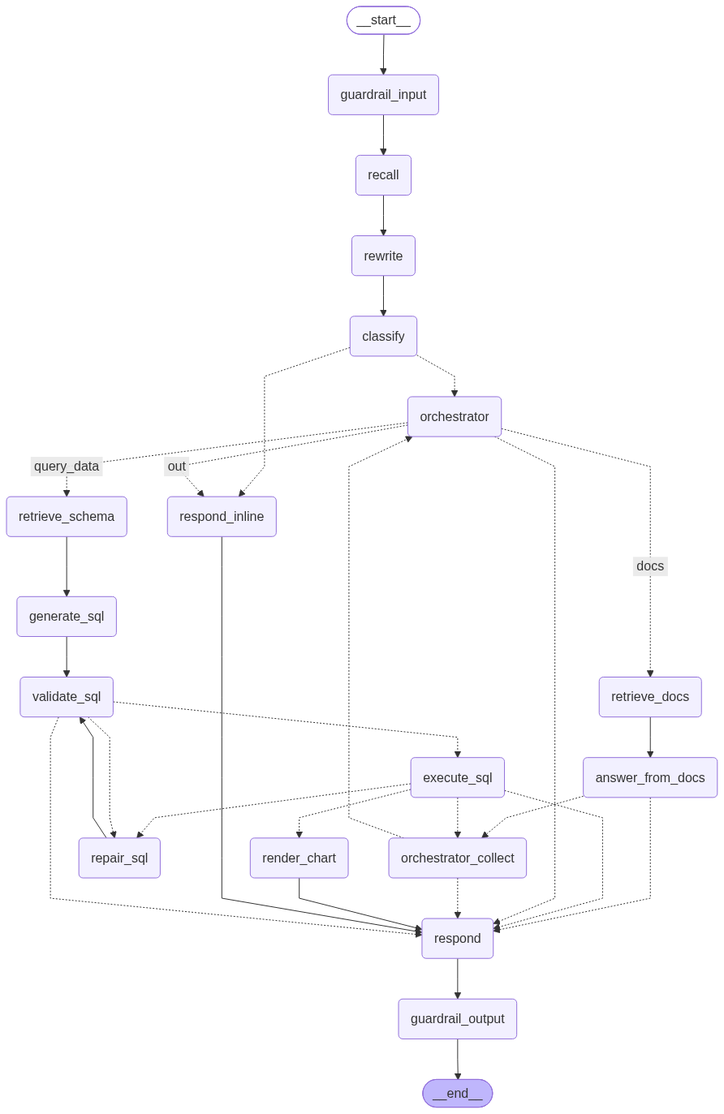
This is dong/graph.png from TienDungwork/agent-harness, a Mermaid export, as it was before one commit. Its source is kept beside it as dong/graph.mmd.
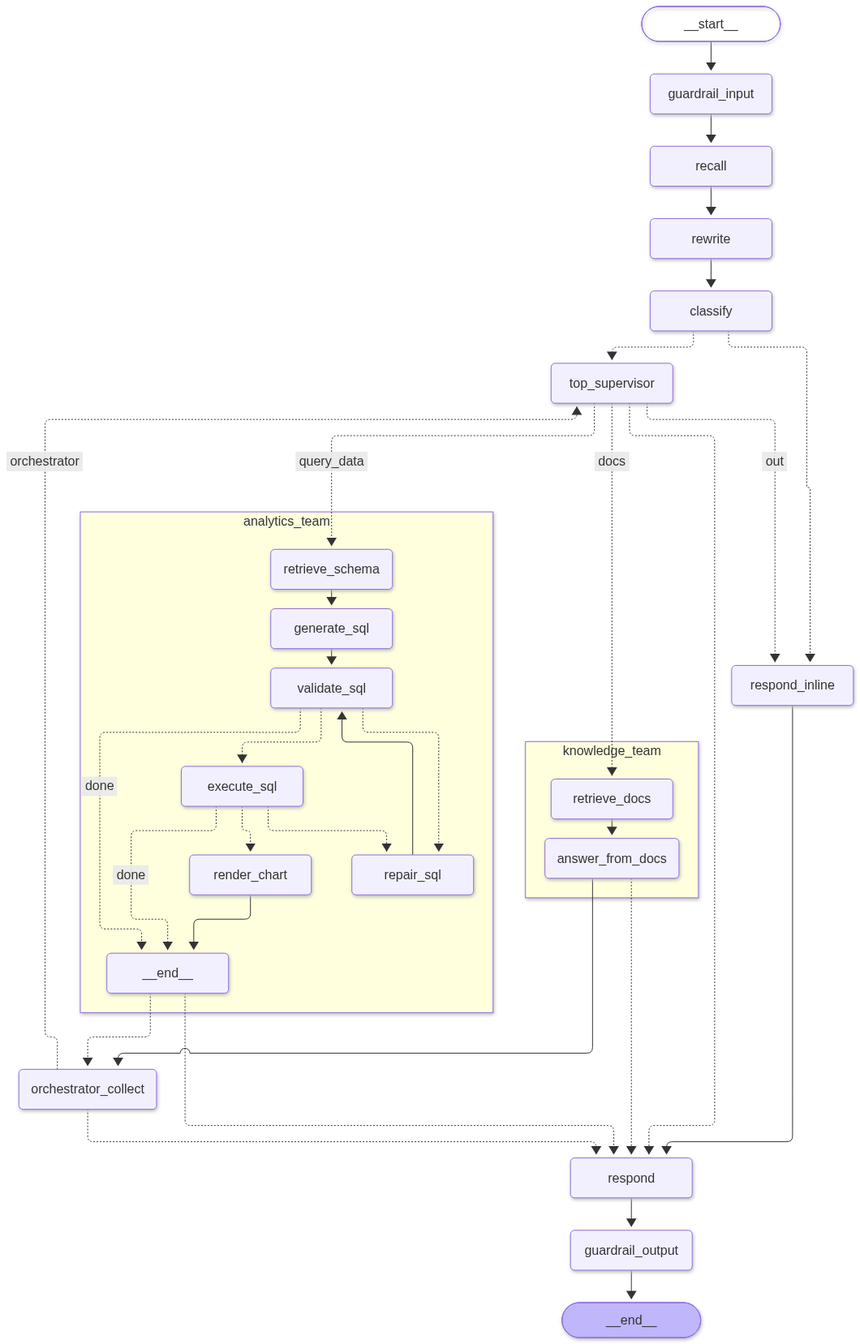
After the commit.

Change to the diagram source:
```diff
@@ -11,47 +11,53 @@
 	rewrite(rewrite)
 	classify(classify)
 	respond_inline(respond_inline)
-	orchestrator(orchestrator)
+	top_supervisor(top_supervisor)
 	orchestrator_collect(orchestrator_collect)
-	retrieve_schema(retrieve_schema)
-	generate_sql(generate_sql)
-	validate_sql(validate_sql)
-	repair_sql(repair_sql)
-	execute_sql(execute_sql)
-	render_chart(render_chart)
 	respond(respond)
-	retrieve_docs(retrieve_docs)
-	answer_from_docs(answer_from_docs)
 	__end__([<p>__end__</p>]):::last
 	__start__ --> guardrail_input;
-	answer_from_docs -.-> orchestrator_collect;
-	answer_from_docs -.-> respond;
-	classify -.-> orchestrator;
+	analytics_team\3a__end__ -.-> orchestrator_collect;
+	analytics_team\3a__end__ -.-> respond;
 	classify -.-> respond_inline;
-	execute_sql -.-> orchestrator_collect;
-	execute_sql -.-> render_chart;
-	execute_sql -.-> repair_sql;
-	execute_sql -.-> respond;
-	generate_sql --> validate_sql;
+	classify -.-> top_supervisor;
 	guardrail_input --> recall;
-	orchestrator -.-> respond;
-	orchestrator -. &nbsp;out&nbsp; .-> respond_inline;
-	orchestrator -. &nbsp;docs&nbsp; .-> retrieve_docs;
-	orchestrator -. &nbsp;query_data&nbsp; .-> retrieve_schema;
-	orchestrator_collect -.-> orchestrator;
+	knowledge_team\3aanswer_from_docs -.-> orchestrator_collect;
+	knowledge_team\3aanswer_from_docs -.-> respond;
 	orchestrator_collect -.-> respond;
+	orchestrator_collect -. &nbsp;orchestrator&nbsp; .-> top_supervisor;
 	recall --> rewrite;
-	render_chart --> respond;
-	repair_sql --> validate_sql;
 	respond --> guardrail_output;
 	respond_inline --> respond;
-	retrieve_docs --> answer_from_docs;
-	retrieve_schema --> generate_sql;
 	rewrite --> classify;
-	validate_sql -.-> execute_sql;
-	validate_sql -.-> repair_sql;
-	validate_sql -.-> respond;
+	top_supervisor -. &nbsp;query_data&nbsp; .-> analytics_team\3aretrieve_schema;
+	top_supervisor -. &nbsp;docs&nbsp; .-> knowledge_team\3aretrieve_docs;
+	top_supervisor -.-> respond;
+	top_supervisor -. &nbsp;out&nbsp; .-> respond_inline;
 	guardrail_output --> __end__;
+	subgraph analytics_team
+	analytics_team\3aretrieve_schema(retrieve_schema)
+	analytics_team\3agenerate_sql(generate_sql)
+	analytics_team\3avalidate_sql(validate_sql)
+	analytics_team\3arepair_sql(repair_sql)
+	analytics_team\3aexecute_sql(execute_sql)
+	analytics_team\3arender_chart(render_chart)
+	analytics_team\3a__end__(<p>__end__</p>)
+	analytics_team\3aexecute_sql -. &nbsp;done&nbsp; .-> analytics_team\3a__end__;
+	analytics_team\3aexecute_sql -.-> analytics_team\3arender_chart;
+	analytics_team\3aexecute_sql -.-> analytics_team\3arepair_sql;
+	analytics_team\3agenerate_sql --> analytics_team\3avalidate_sql;
+	analytics_team\3arepair_sql --> analytics_team\3avalidate_sql;
+	analytics_team\3aretrieve_schema --> analytics_team\3agenerate_sql;
+	analytics_team\3avalidate_sql -. &nbsp;done&nbsp; .-> analytics_team\3a__end__;
+	analytics_team\3avalidate_sql -.-> analytics_team\3aexecute_sql;
+	analytics_team\3avalidate_sql -.-> analytics_team\3arepair_sql;
+	analytics_team\3arender_chart --> analytics_team\3a__end__;
+	end
+	subgraph knowledge_team
+	knowledge_team\3aretrieve_docs(retrieve_docs)
+	knowledge_team\3aanswer_from_docs(answer_from_docs)
+	knowledge_team\3aretrieve_docs --> knowledge_team\3aanswer_from_docs;
+	end
 	classDef default fill:#f2f0ff,line-height:1.2
 	classDef first fill-opacity:0
 	classDef last fill:#bfb6fc
```
